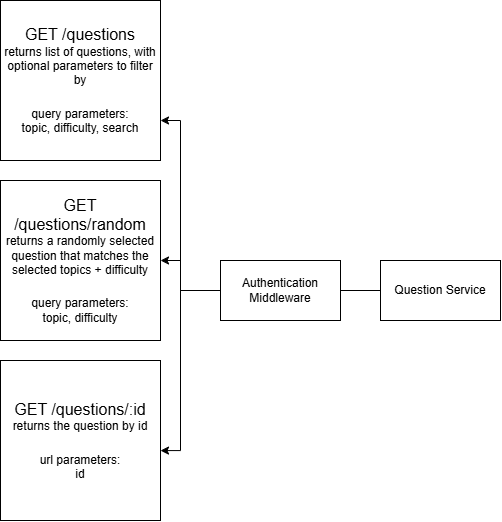
This is docs/Question_Service.png from realqijun/cs3219-ay2526s1-project-g05, a draw.io export, as it was before one commit. Source tidied: cells renumbered, new cells last; positions are measured from the earlier drawing's top-left corner, leaving out a move shared by most shapes.
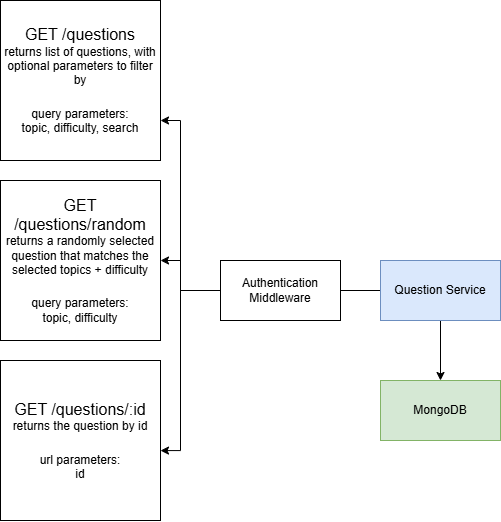
Above is the later version.

The edit, as a diff of the source:
```diff
@@ -18,7 +18,12 @@
         </Array>
       </mxGeometry>
     </mxCell>
+    <mxCell id="10" style="edgeStyle=orthogonalEdgeStyle;rounded=0;jettySize=auto;html=1;" parent="1" edge="1" source="4">
+      <mxGeometry relative="1" as="geometry">
+        <mxPoint x="440" y="380" as="targetPoint" />
+      </mxGeometry>
+    </mxCell>
-    <mxCell id="4" value="Question Service" style="rounded=0;whiteSpace=wrap;html=1;" parent="1" vertex="1">
+    <mxCell id="4" value="Question Service" style="rounded=0;whiteSpace=wrap;html=1;fillColor=#dae8fc;strokeColor=#6c8ebf;" parent="1" vertex="1">
       <mxGeometry x="380" y="260" width="120" height="60" as="geometry" />
     </mxCell>
     <mxCell id="5" value="&lt;font style=&quot;font-size: 16px;&quot;&gt;GET /questions&lt;/font&gt;&lt;div&gt;&lt;font&gt;returns list of questions, with optional parameters to filter by&lt;br&gt;&lt;/font&gt;&lt;div&gt;&lt;div&gt;&lt;span style=&quot;font-size: 16px;&quot;&gt;&lt;br&gt;&lt;/span&gt;&lt;div&gt;query parameters:&lt;/div&gt;&lt;div&gt;topic, difficulty, search&lt;/div&gt;&lt;/div&gt;&lt;/div&gt;&lt;/div&gt;" style="rounded=0;whiteSpace=wrap;html=1;" parent="1" vertex="1">
@@ -41,5 +46,8 @@
     <mxCell id="9" value="Authentication Middleware" style="rounded=0;whiteSpace=wrap;html=1;" parent="1" vertex="1">
       <mxGeometry x="220" y="260" width="120" height="60" as="geometry" />
     </mxCell>
+    <mxCell id="11" value="MongoDB" style="rounded=0;whiteSpace=wrap;html=1;fillColor=#d5e8d4;strokeColor=#82b366;" parent="1" vertex="1">
+      <mxGeometry x="380" y="380" width="120" height="60" as="geometry" />
+    </mxCell>
   </root>
 </mxGraphModel>
```
